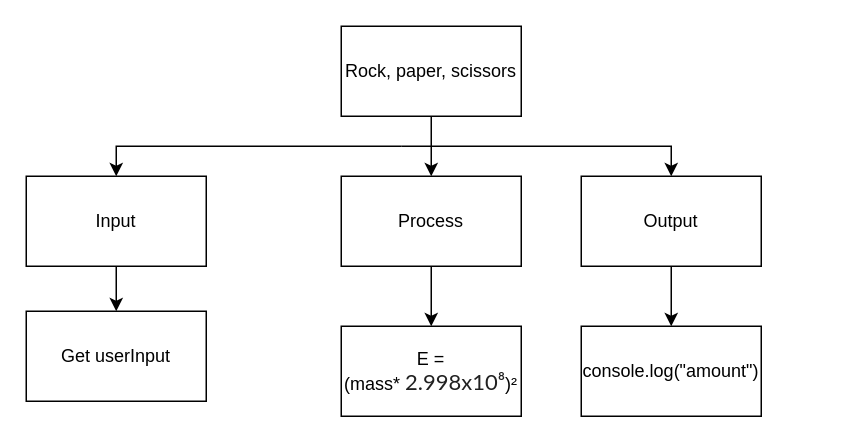
JacksonNaufal/ics4u-Assignment-1-typescript keeps this draw.io diagram as Drawio/Topdown.drawio. Above is the earlier version. Source tidied: cells renumbered, new cells numbered last; positions are measured from the earlier drawing's top-left corner, leaving out a move shared by most shapes. Both pictures are drawn from the tidied source at 150%, with x=0, y=0 at pixel (26, 26).
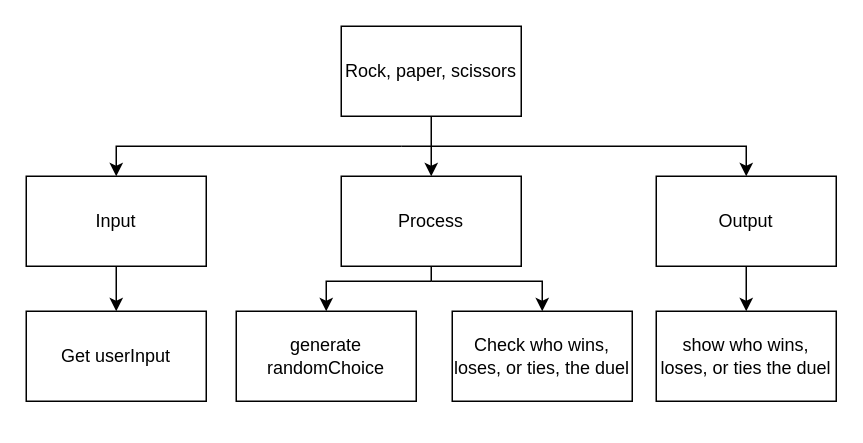
The same page after the edit.

Unchanged cells that the change refers to:
```xml
<mxCell id="9" value="Process" style="rounded=0;whiteSpace=wrap;html=1;" parent="1" vertex="1">
  <mxGeometry x="210" y="100" width="120" height="60" as="geometry" />
</mxCell>
```

What changed in the source:
```diff
@@
     <mxCell id="5" style="edgeStyle=none;rounded=0;html=1;entryX=0.5;entryY=0;entryDx=0;entryDy=0;" parent="1" edge="1" target="11">
       <mxGeometry relative="1" as="geometry">
         <mxPoint x="250" y="80" as="sourcePoint" />
         <Array as="points">
-          <mxPoint x="430" y="80" />
+          <mxPoint x="480" y="80" />
         </Array>
       </mxGeometry>
     </mxCell>
@@
-    <mxCell id="8" style="edgeStyle=none;html=1;entryX=0.5;entryY=0;entryDx=0;entryDy=0;rounded=0;" parent="1" edge="1" source="9" target="13">
+    <mxCell id="8" style="edgeStyle=none;html=1;entryX=0.5;entryY=0;entryDx=0;entryDy=0;rounded=0;" parent="1" edge="1" target="13">
       <mxGeometry relative="1" as="geometry">
+        <mxPoint x="270" y="170" as="sourcePoint" />
         <Array as="points">
-          <mxPoint x="270" y="180" />
+          <mxPoint x="200" y="170" />
         </Array>
       </mxGeometry>
     </mxCell>
+    <mxCell id="15" style="edgeStyle=none;html=1;endArrow=none;endFill=0;" parent="1" edge="1" source="9">
+      <mxGeometry relative="1" as="geometry">
+        <mxPoint x="270" y="170" as="targetPoint" />
+      </mxGeometry>
+    </mxCell>
+    <mxCell id="16" style="edgeStyle=none;rounded=0;html=1;endArrow=classic;endFill=1;entryX=0.5;entryY=0;entryDx=0;entryDy=0;" parent="1" edge="1" target="17">
+      <mxGeometry relative="1" as="geometry">
+        <mxPoint x="270" y="170" as="sourcePoint" />
+        <Array as="points">
+          <mxPoint x="344" y="170" />
+        </Array>
+      </mxGeometry>
+    </mxCell>
@@
     <mxCell id="11" value="Output" style="rounded=0;whiteSpace=wrap;html=1;" parent="1" vertex="1">
-      <mxGeometry x="370" y="100" width="120" height="60" as="geometry" />
+      <mxGeometry x="420" y="100" width="120" height="60" as="geometry" />
     </mxCell>
@@
-    <mxCell id="13" value="E = (mass*&amp;nbsp;&lt;span style=&quot;color: rgb(33 , 33 , 33) ; font-family: &amp;#34;lato&amp;#34; , sans-serif ; font-size: 14.6667px ; text-align: left&quot;&gt;2.998x10⁸&lt;/span&gt;)²" style="rounded=0;whiteSpace=wrap;html=1;" parent="1" vertex="1">
-      <mxGeometry x="210" y="200" width="120" height="60" as="geometry" />
+    <mxCell id="13" value="generate randomChoice" style="rounded=0;whiteSpace=wrap;html=1;" parent="1" vertex="1">
+      <mxGeometry x="140" y="190" width="120" height="60" as="geometry" />
     </mxCell>
-    <mxCell id="14" value="console.log(&quot;amount&quot;)" style="rounded=0;whiteSpace=wrap;html=1;" parent="1" vertex="1">
-      <mxGeometry x="370" y="200" width="120" height="60" as="geometry" />
+    <mxCell id="14" value="show who wins, loses, or ties the duel" style="rounded=0;whiteSpace=wrap;html=1;" parent="1" vertex="1">
+      <mxGeometry x="420" y="190" width="120" height="60" as="geometry" />
     </mxCell>
+    <mxCell id="17" value="Check who wins, loses, or ties, the duel" style="rounded=0;whiteSpace=wrap;html=1;" parent="1" vertex="1">
+      <mxGeometry x="284" y="190" width="120" height="60" as="geometry" />
+    </mxCell>
```
